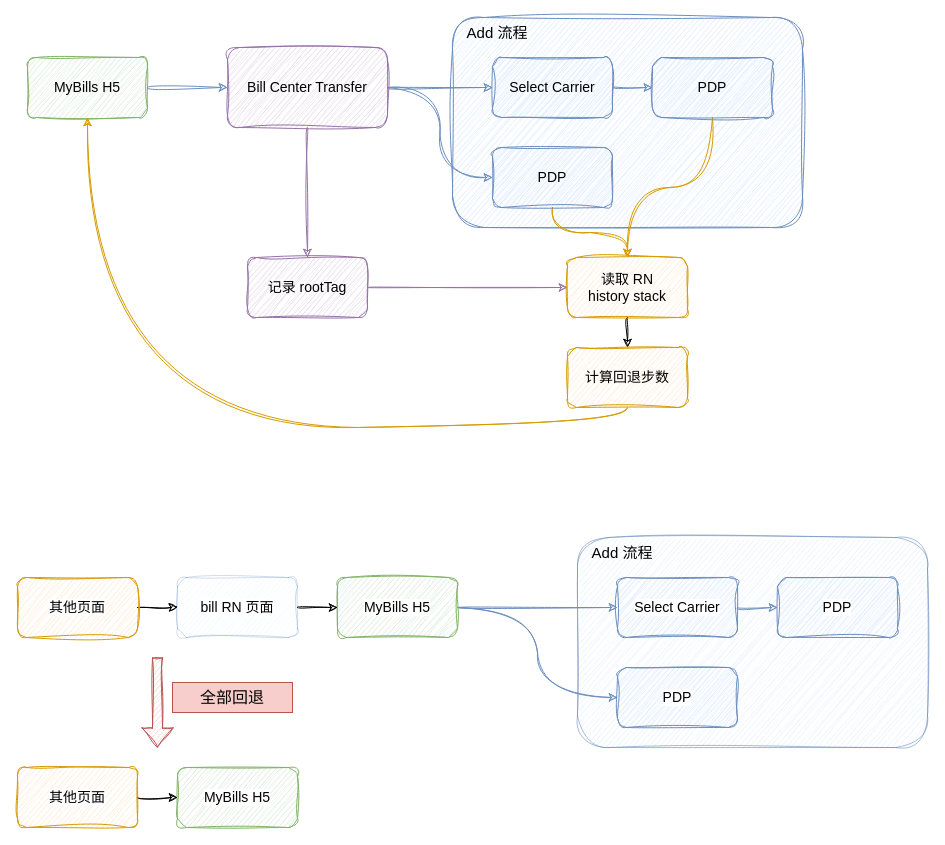
The draw.io diagram page "第 2 页" (2 of 3) of BillCenter.drawio in Darkindom/draw-the-diagrams, before the edit. Source tidied: cells renumbered, new cells numbered last; positions are measured from the earlier drawing's top-left corner, leaving out a move shared by most shapes. Both pictures are drawn from the tidied source at 100%, with x=0, y=0 at pixel (17, 17).
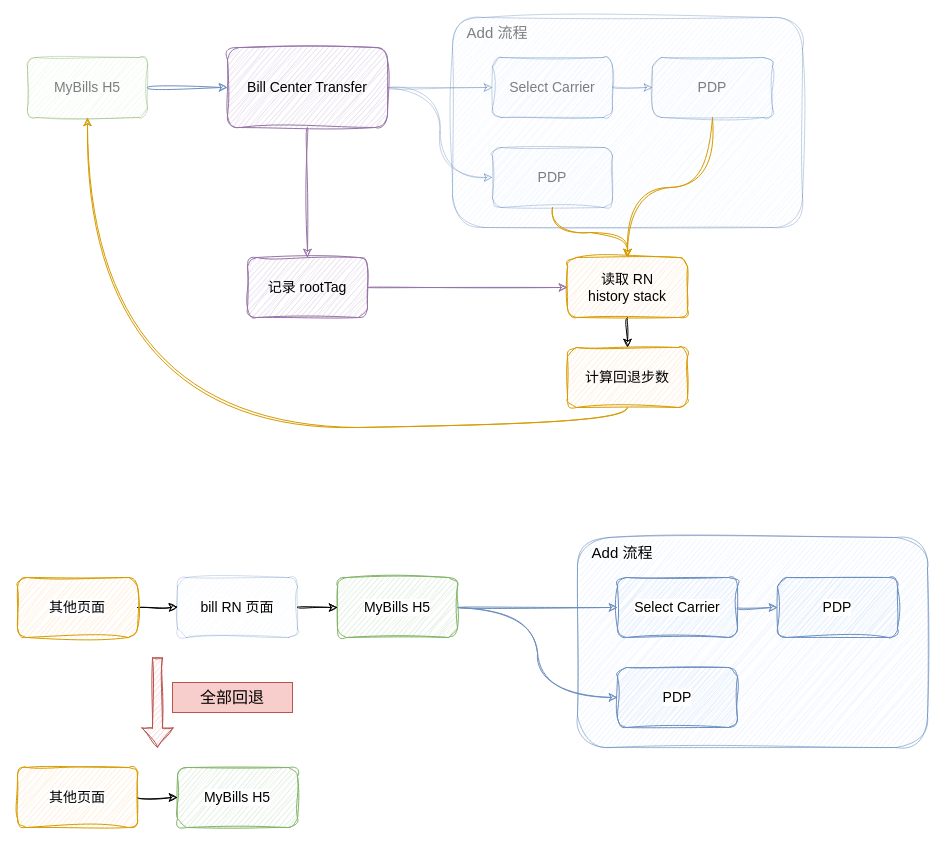
After the change.

The change refers to these unchanged cells:
```xml
<mxCell id="39" value="Bill Center Transfer" style="rounded=1;whiteSpace=wrap;html=1;sketch=1;hachureGap=4;jiggle=2;curveFitting=1;fontFamily=手札体-简;fontSize=14;labelBackgroundColor=none;fillColor=#e1d5e7;strokeColor=#9673a6;" parent="1" vertex="1">
  <mxGeometry x="210" y="30" width="160" height="80" as="geometry" />
</mxCell>
```

Change to the diagram source:
```diff
@@
-    <mxCell id="2" style="rounded=1;whiteSpace=wrap;html=1;sketch=1;hachureGap=4;jiggle=2;curveFitting=1;fontFamily=Architects Daughter;fontSize=11;labelBackgroundColor=none;fillColor=#dae8fc;strokeColor=#6c8ebf;" parent="1" vertex="1">
+    <mxCell id="2" style="rounded=1;whiteSpace=wrap;html=1;sketch=1;hachureGap=4;jiggle=2;curveFitting=1;fontFamily=Architects Daughter;fontSize=11;labelBackgroundColor=none;fillColor=#dae8fc;strokeColor=#6c8ebf;textOpacity=50;opacity=40;" parent="1" vertex="1">
       <mxGeometry x="435" width="350" height="210" as="geometry" />
     </mxCell>
-    <mxCell id="3" style="edgeStyle=orthogonalEdgeStyle;shape=connector;curved=1;rounded=0;sketch=1;hachureGap=4;jiggle=2;curveFitting=1;jettySize=auto;html=1;strokeColor=#6c8ebf;align=center;verticalAlign=middle;fontFamily=手札体-简;fontSize=14;fontColor=default;labelBackgroundColor=none;endArrow=classic;fillColor=#dae8fc;exitX=1;exitY=0.5;exitDx=0;exitDy=0;" parent="1" edge="1" source="39" target="8">
+    <mxCell id="3" style="edgeStyle=orthogonalEdgeStyle;shape=connector;curved=1;rounded=0;sketch=1;hachureGap=4;jiggle=2;curveFitting=1;jettySize=auto;html=1;strokeColor=#6c8ebf;align=center;verticalAlign=middle;fontFamily=手札体-简;fontSize=14;fontColor=default;labelBackgroundColor=none;endArrow=classic;fillColor=#dae8fc;exitX=1;exitY=0.5;exitDx=0;exitDy=0;textOpacity=50;opacity=40;" parent="1" edge="1" source="39" target="8">
       <mxGeometry relative="1" as="geometry" />
     </mxCell>
-    <mxCell id="4" style="edgeStyle=orthogonalEdgeStyle;shape=connector;curved=1;rounded=0;sketch=1;hachureGap=4;jiggle=2;curveFitting=1;jettySize=auto;html=1;exitX=1;exitY=0.5;exitDx=0;exitDy=0;entryX=0;entryY=0.5;entryDx=0;entryDy=0;strokeColor=#6c8ebf;align=center;verticalAlign=middle;fontFamily=Architects Daughter;fontSize=11;fontColor=default;labelBackgroundColor=none;endArrow=classic;fillColor=#dae8fc;" parent="1" edge="1" source="39" target="10">
+    <mxCell id="4" style="edgeStyle=orthogonalEdgeStyle;shape=connector;curved=1;rounded=0;sketch=1;hachureGap=4;jiggle=2;curveFitting=1;jettySize=auto;html=1;exitX=1;exitY=0.5;exitDx=0;exitDy=0;entryX=0;entryY=0.5;entryDx=0;entryDy=0;strokeColor=#6c8ebf;align=center;verticalAlign=middle;fontFamily=Architects Daughter;fontSize=11;fontColor=default;labelBackgroundColor=none;endArrow=classic;fillColor=#dae8fc;textOpacity=50;opacity=40;" parent="1" edge="1" source="39" target="10">
       <mxGeometry relative="1" as="geometry" />
     </mxCell>
-    <mxCell id="5" value="MyBills H5" style="rounded=1;whiteSpace=wrap;html=1;sketch=1;hachureGap=4;jiggle=2;curveFitting=1;fontFamily=手札体-简;fontSize=14;labelBackgroundColor=none;fillColor=#d5e8d4;strokeColor=#82b366;" parent="1" vertex="1">
+    <mxCell id="5" value="MyBills H5" style="rounded=1;whiteSpace=wrap;html=1;sketch=1;hachureGap=4;jiggle=2;curveFitting=1;fontFamily=手札体-简;fontSize=14;labelBackgroundColor=none;fillColor=#d5e8d4;strokeColor=#82b366;textOpacity=50;opacity=40;" parent="1" vertex="1">
       <mxGeometry x="10" y="40" width="120" height="60" as="geometry" />
     </mxCell>
-    <mxCell id="6" style="edgeStyle=orthogonalEdgeStyle;shape=connector;curved=1;rounded=0;sketch=1;hachureGap=4;jiggle=2;curveFitting=1;jettySize=auto;html=1;strokeColor=#6c8ebf;align=center;verticalAlign=middle;fontFamily=Architects Daughter;fontSize=11;fontColor=default;labelBackgroundColor=none;endArrow=classic;fillColor=#dae8fc;" parent="1" edge="1" source="8" target="12">
+    <mxCell id="6" style="edgeStyle=orthogonalEdgeStyle;shape=connector;curved=1;rounded=0;sketch=1;hachureGap=4;jiggle=2;curveFitting=1;jettySize=auto;html=1;strokeColor=#6c8ebf;align=center;verticalAlign=middle;fontFamily=Architects Daughter;fontSize=11;fontColor=default;labelBackgroundColor=none;endArrow=classic;fillColor=#dae8fc;textOpacity=50;opacity=40;" parent="1" edge="1" source="8" target="12">
       <mxGeometry relative="1" as="geometry" />
     </mxCell>
@@
-    <mxCell id="8" value="Select Carrier" style="rounded=1;whiteSpace=wrap;html=1;sketch=1;hachureGap=4;jiggle=2;curveFitting=1;fontFamily=手札体-简;fontSize=14;labelBackgroundColor=none;fillColor=#dae8fc;strokeColor=#6c8ebf;" parent="1" vertex="1">
+    <mxCell id="8" value="Select Carrier" style="rounded=1;whiteSpace=wrap;html=1;sketch=1;hachureGap=4;jiggle=2;curveFitting=1;fontFamily=手札体-简;fontSize=14;labelBackgroundColor=none;fillColor=#dae8fc;strokeColor=#6c8ebf;textOpacity=50;opacity=40;" parent="1" vertex="1">
       <mxGeometry x="475" y="40" width="120" height="60" as="geometry" />
     </mxCell>
@@
-    <mxCell id="10" value="PDP" style="rounded=1;whiteSpace=wrap;html=1;sketch=1;hachureGap=4;jiggle=2;curveFitting=1;fontFamily=手札体-简;fontSize=14;labelBackgroundColor=none;fillColor=#dae8fc;strokeColor=#6c8ebf;" parent="1" vertex="1">
+    <mxCell id="10" value="PDP" style="rounded=1;whiteSpace=wrap;html=1;sketch=1;hachureGap=4;jiggle=2;curveFitting=1;fontFamily=手札体-简;fontSize=14;labelBackgroundColor=none;fillColor=#dae8fc;strokeColor=#6c8ebf;textOpacity=50;opacity=40;" parent="1" vertex="1">
       <mxGeometry x="475" y="130" width="120" height="60" as="geometry" />
     </mxCell>
@@
-    <mxCell id="12" value="PDP" style="rounded=1;whiteSpace=wrap;html=1;sketch=1;hachureGap=4;jiggle=2;curveFitting=1;fontFamily=手札体-简;fontSize=14;labelBackgroundColor=none;fillColor=#dae8fc;strokeColor=#6c8ebf;" parent="1" vertex="1">
+    <mxCell id="12" value="PDP" style="rounded=1;whiteSpace=wrap;html=1;sketch=1;hachureGap=4;jiggle=2;curveFitting=1;fontFamily=手札体-简;fontSize=14;labelBackgroundColor=none;fillColor=#dae8fc;strokeColor=#6c8ebf;textOpacity=50;opacity=40;" parent="1" vertex="1">
       <mxGeometry x="635" y="40" width="120" height="60" as="geometry" />
     </mxCell>
-    <mxCell id="13" value="Add 流程" style="text;html=1;align=center;verticalAlign=middle;whiteSpace=wrap;rounded=0;fontFamily=手札体-简;fontSize=15;fontColor=default;labelBackgroundColor=none;" parent="1" vertex="1">
+    <mxCell id="13" value="Add 流程" style="text;html=1;align=center;verticalAlign=middle;whiteSpace=wrap;rounded=0;fontFamily=手札体-简;fontSize=15;fontColor=default;labelBackgroundColor=none;textOpacity=50;opacity=40;" parent="1" vertex="1">
       <mxGeometry x="435" width="90" height="30" as="geometry" />
     </mxCell>
```
